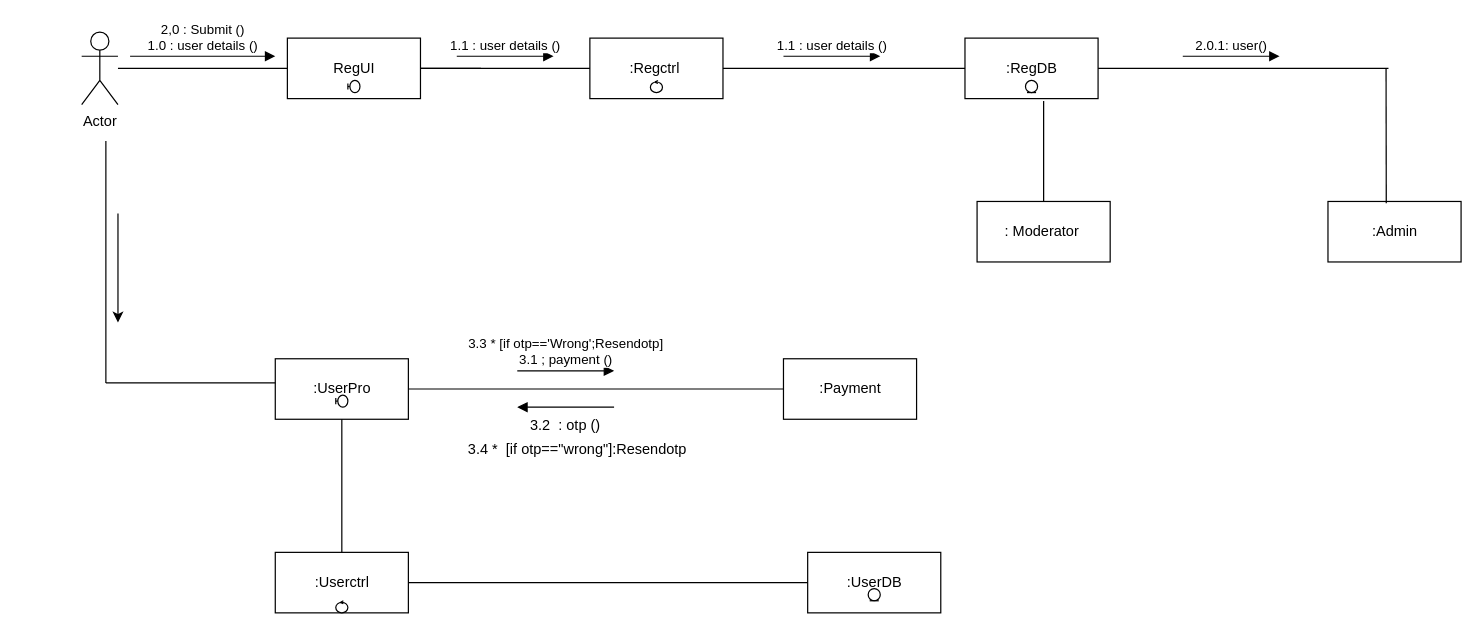
This is Untitled Diagram.drawio from SLIIT-FacultyOfComputing/tutorial-06b-PeirisWRL, a draw.io file, before an edit. Source tidied: cells renumbered, new cells numbered last; positions are measured from the earlier drawing's top-left corner, leaving out a move shared by most shapes. Both pictures are drawn from the tidied source at 121%, with x=0, y=0 at pixel (81, 31).
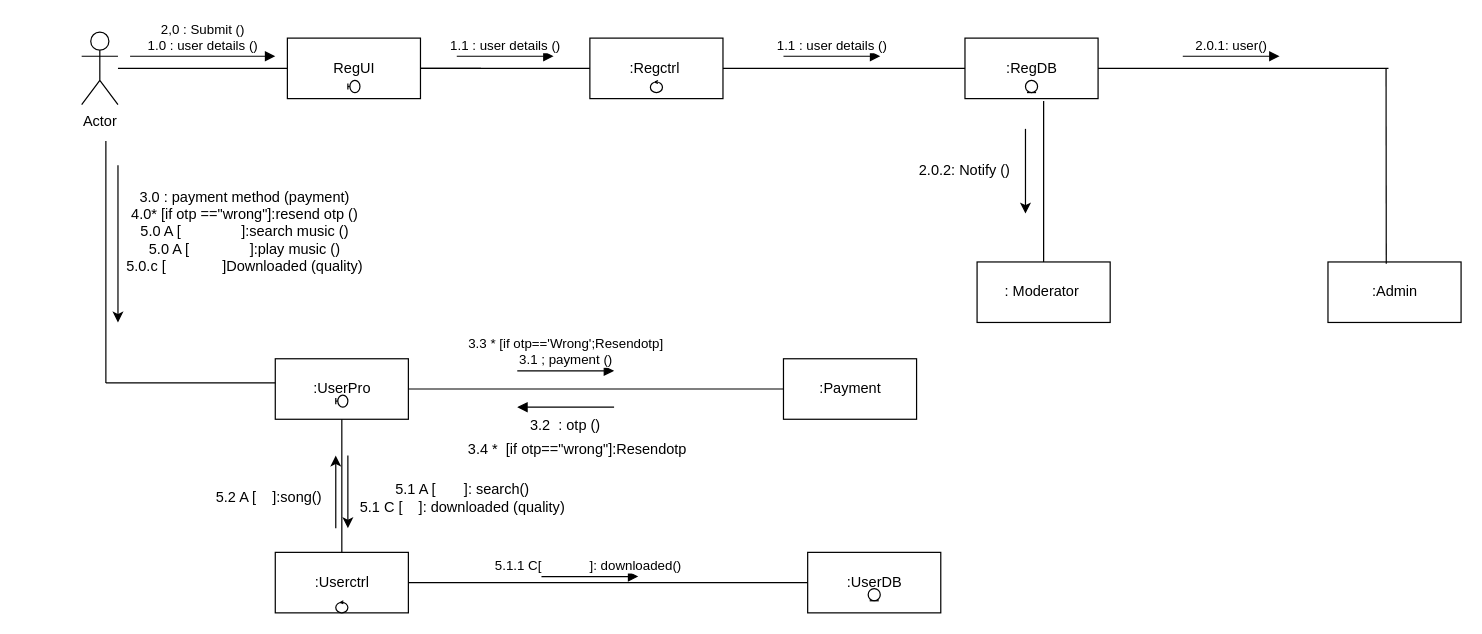
After the change.

The change refers to these unchanged cells:
```xml
<mxCell id="8" value=":UserPro" style="html=1;" parent="1" vertex="1">
  <mxGeometry x="160" y="270" width="110" height="50" as="geometry" />
</mxCell>
<mxCell id="10" value=":Userctrl" style="html=1;" parent="1" vertex="1">
  <mxGeometry x="160" y="430" width="110" height="50" as="geometry" />
</mxCell>
```

The edit, as a diff of the source:
```diff
@@
     <mxCell id="6" value=":Admin" style="html=1;" parent="1" vertex="1">
-      <mxGeometry x="1030" y="140" width="110" height="50" as="geometry" />
+      <mxGeometry x="1030" y="190" width="110" height="50" as="geometry" />
     </mxCell>
     <mxCell id="7" value=": Moderator&amp;nbsp;" style="html=1;" parent="1" vertex="1">
-      <mxGeometry x="740" y="140" width="110" height="50" as="geometry" />
+      <mxGeometry x="740" y="190" width="110" height="50" as="geometry" />
     </mxCell>
@@
-    <mxCell id="21" style="endArrow=none;html=1;rounded=0;entryX=0.5;entryY=0;entryDx=0;entryDy=0;" parent="1" edge="1" source="8" target="10">
-      <mxGeometry relative="1" as="geometry" />
-    </mxCell>
@@
     <mxCell id="35" style="endArrow=classic;html=1;rounded=0;" parent="1" edge="1">
       <mxGeometry relative="1" as="geometry">
-        <mxPoint x="30" y="150" as="sourcePoint" />
+        <mxPoint x="30" y="110" as="sourcePoint" />
         <mxPoint x="30" y="240" as="targetPoint" />
       </mxGeometry>
     </mxCell>
@@
+    <mxCell id="39" value="3.0 : payment method (payment)&lt;br&gt;4.0* [if otp ==&quot;wrong&quot;]:resend otp ()&lt;br&gt;5.0 A [&amp;nbsp; &amp;nbsp; &amp;nbsp; &amp;nbsp; &amp;nbsp; &amp;nbsp; &amp;nbsp; &amp;nbsp;]:search music ()&lt;br&gt;5.0 A [&amp;nbsp; &amp;nbsp; &amp;nbsp; &amp;nbsp; &amp;nbsp; &amp;nbsp; &amp;nbsp; &amp;nbsp;]:play music ()&lt;br&gt;5.0.c [&amp;nbsp; &amp;nbsp; &amp;nbsp; &amp;nbsp; &amp;nbsp; &amp;nbsp; &amp;nbsp; ]Downloaded (quality)" style="text;html=1;strokeColor=none;fillColor=none;align=center;verticalAlign=middle;whiteSpace=wrap;rounded=0;" parent="1" vertex="1">
+      <mxGeometry x="-50" y="110" width="370" height="110" as="geometry" />
+    </mxCell>
+    <mxCell id="40" value="5.1.1 C[&amp;nbsp; &amp;nbsp; &amp;nbsp; &amp;nbsp; &amp;nbsp; &amp;nbsp; &amp;nbsp;]: downloaded()&amp;nbsp;" style="html=1;verticalAlign=bottom;endArrow=block;rounded=0;" parent="1" edge="1">
+      <mxGeometry relative="1" as="geometry">
+        <mxPoint x="380" y="450" as="sourcePoint" />
+        <mxPoint x="460" y="450" as="targetPoint" />
+      </mxGeometry>
+    </mxCell>
+    <mxCell id="41" style="endArrow=classic;html=1;rounded=0;" parent="1" edge="1">
+      <mxGeometry relative="1" as="geometry">
+        <mxPoint x="210" y="410" as="sourcePoint" />
+        <mxPoint x="210" y="350" as="targetPoint" />
+      </mxGeometry>
+    </mxCell>
+    <mxCell id="42" style="endArrow=none;html=1;rounded=0;entryX=0.5;entryY=1;entryDx=0;entryDy=0;exitX=0.5;exitY=0;exitDx=0;exitDy=0;" parent="1" edge="1" source="10" target="8">
+      <mxGeometry relative="1" as="geometry" />
+    </mxCell>
+    <mxCell id="43" style="endArrow=classic;html=1;rounded=0;" parent="1" edge="1">
+      <mxGeometry relative="1" as="geometry">
+        <mxPoint x="220" y="350" as="sourcePoint" />
+        <mxPoint x="220" y="410" as="targetPoint" />
+      </mxGeometry>
+    </mxCell>
+    <mxCell id="44" value="5.2 A [&amp;nbsp; &amp;nbsp; ]:song()" style="text;html=1;strokeColor=none;fillColor=none;align=center;verticalAlign=middle;whiteSpace=wrap;rounded=0;" parent="1" vertex="1">
+      <mxGeometry x="110" y="370" width="90" height="30" as="geometry" />
+    </mxCell>
+    <mxCell id="45" value="5.1 A [&amp;nbsp; &amp;nbsp; &amp;nbsp; &amp;nbsp;]: search()&lt;br&gt;5.1 C [&amp;nbsp; &amp;nbsp; ]: downloaded (quality)" style="text;html=1;strokeColor=none;fillColor=none;align=center;verticalAlign=middle;whiteSpace=wrap;rounded=0;" parent="1" vertex="1">
+      <mxGeometry x="220" y="370" width="190" height="30" as="geometry" />
+    </mxCell>
+    <mxCell id="46" style="endArrow=classic;html=1;rounded=0;" parent="1" edge="1">
+      <mxGeometry relative="1" as="geometry">
+        <mxPoint x="780" y="80" as="sourcePoint" />
+        <mxPoint x="780" y="150" as="targetPoint" />
+      </mxGeometry>
+    </mxCell>
+    <mxCell id="47" value="2.0.2: Notify ()" style="text;html=1;strokeColor=none;fillColor=none;align=center;verticalAlign=middle;whiteSpace=wrap;rounded=0;" parent="1" vertex="1">
+      <mxGeometry x="690" y="100" width="80" height="30" as="geometry" />
+    </mxCell>
```
